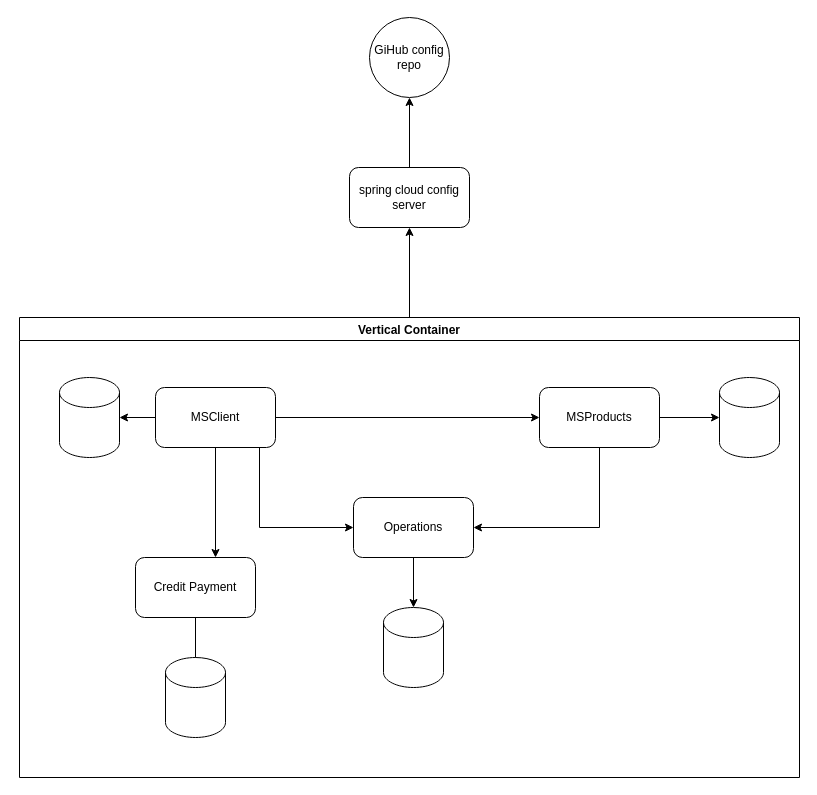
The draw.io diagram Untitled Diagram.drawio in LuisEveris/ms-product, before the edit. Source tidied: cells renumbered, new cells numbered last; positions are measured from the earlier drawing's top-left corner, leaving out a move shared by most shapes. Both pictures are drawn from the tidied source at 100%, with x=0, y=0 at pixel (19, 17).
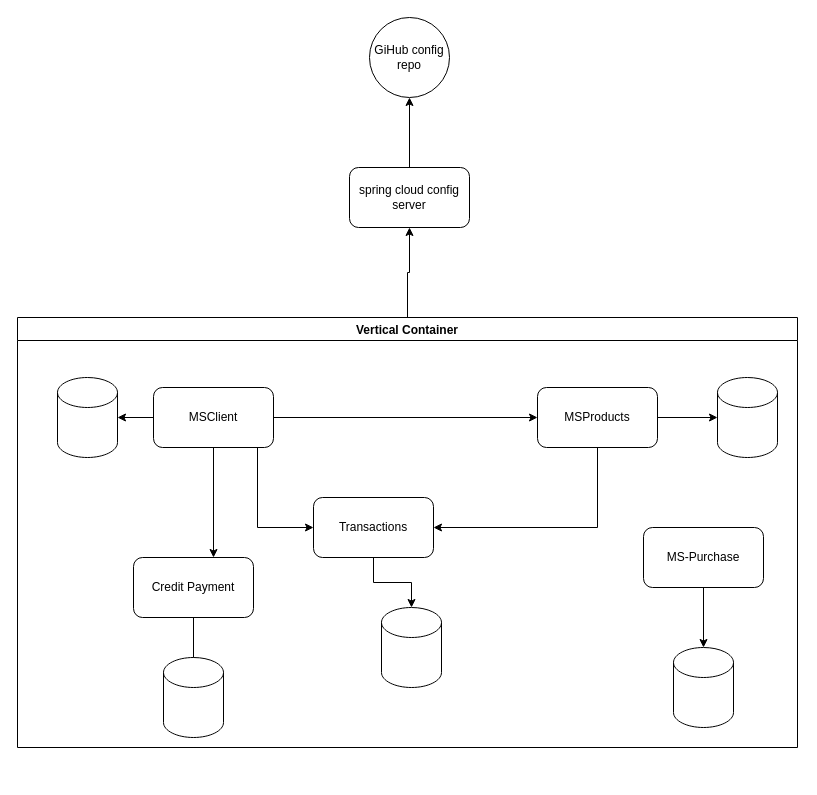
The same diagram, later.

What changed in the source:
```diff
@@
     <mxCell id="6" value="Vertical Container" style="swimlane;" parent="1" vertex="1">
-      <mxGeometry y="300" width="780" height="460" as="geometry" />
+      <mxGeometry x="-2" y="300" width="780" height="430" as="geometry" />
     </mxCell>
@@
-    <mxCell id="18" value="Operations" style="rounded=1;whiteSpace=wrap;html=1;" parent="6" vertex="1">
-      <mxGeometry x="334" y="180" width="120" height="60" as="geometry" />
+    <mxCell id="18" value="Transactions" style="rounded=1;whiteSpace=wrap;html=1;" parent="6" vertex="1">
+      <mxGeometry x="296" y="180" width="120" height="60" as="geometry" />
     </mxCell>
@@
+    <mxCell id="23" style="edgeStyle=orthogonalEdgeStyle;rounded=0;jettySize=auto;html=1;" parent="6" edge="1" source="24" target="25">
+      <mxGeometry relative="1" as="geometry" />
+    </mxCell>
+    <mxCell id="24" value="MS-Purchase" style="rounded=1;whiteSpace=wrap;html=1;" parent="6" vertex="1">
+      <mxGeometry x="626" y="210" width="120" height="60" as="geometry" />
+    </mxCell>
+    <mxCell id="25" style="shape=cylinder3;whiteSpace=wrap;html=1;boundedLbl=1;backgroundOutline=1;size=15;" parent="6" vertex="1">
+      <mxGeometry x="656" y="330" width="60" height="80" as="geometry" />
+    </mxCell>
```
